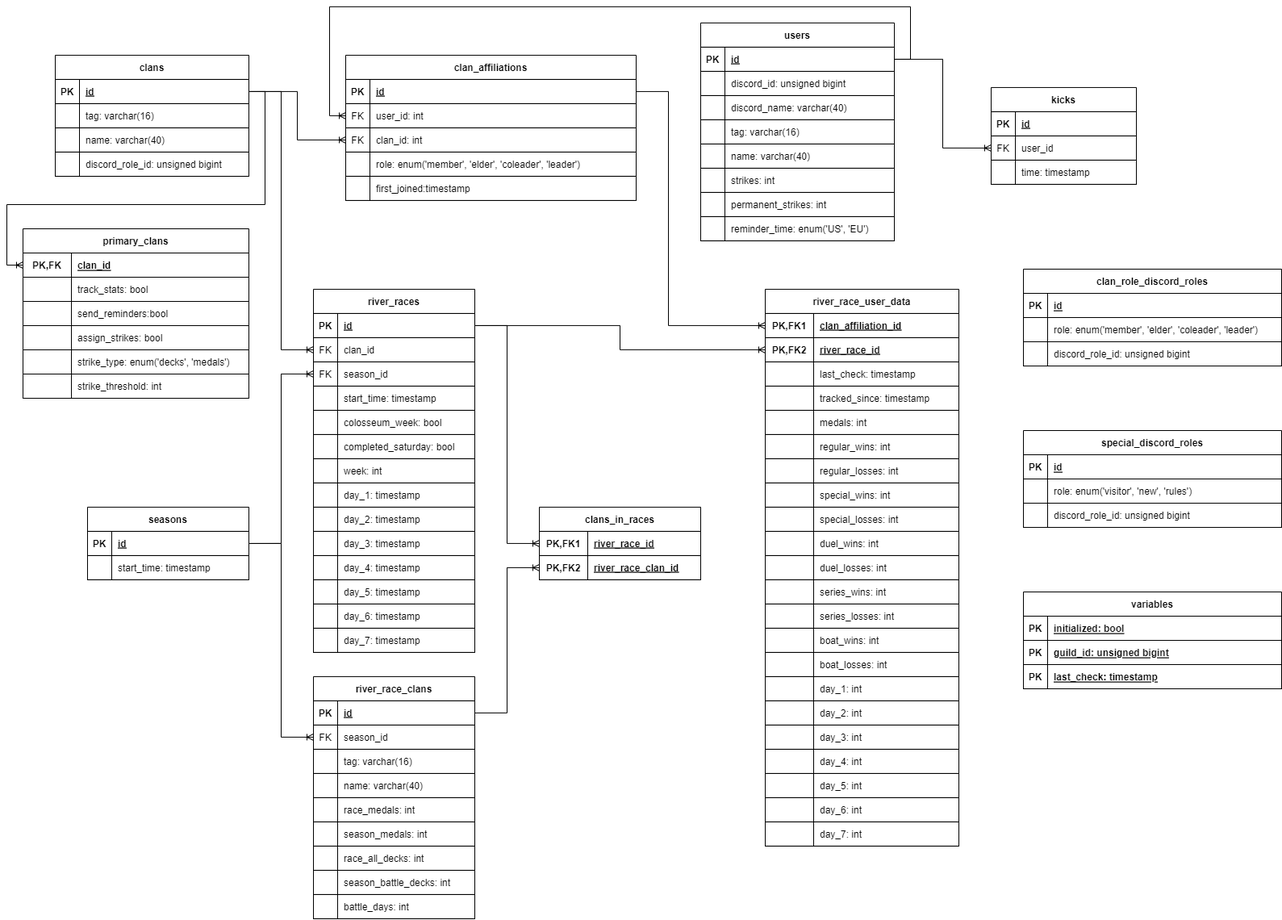
This is docs/DatabaseSchema.png from chradajan/ClashRoyaleManager, a draw.io export, as it was before one commit. Source tidied: cells renumbered, new cells last; positions are measured from the earlier drawing's top-left corner, leaving out a move shared by most shapes.
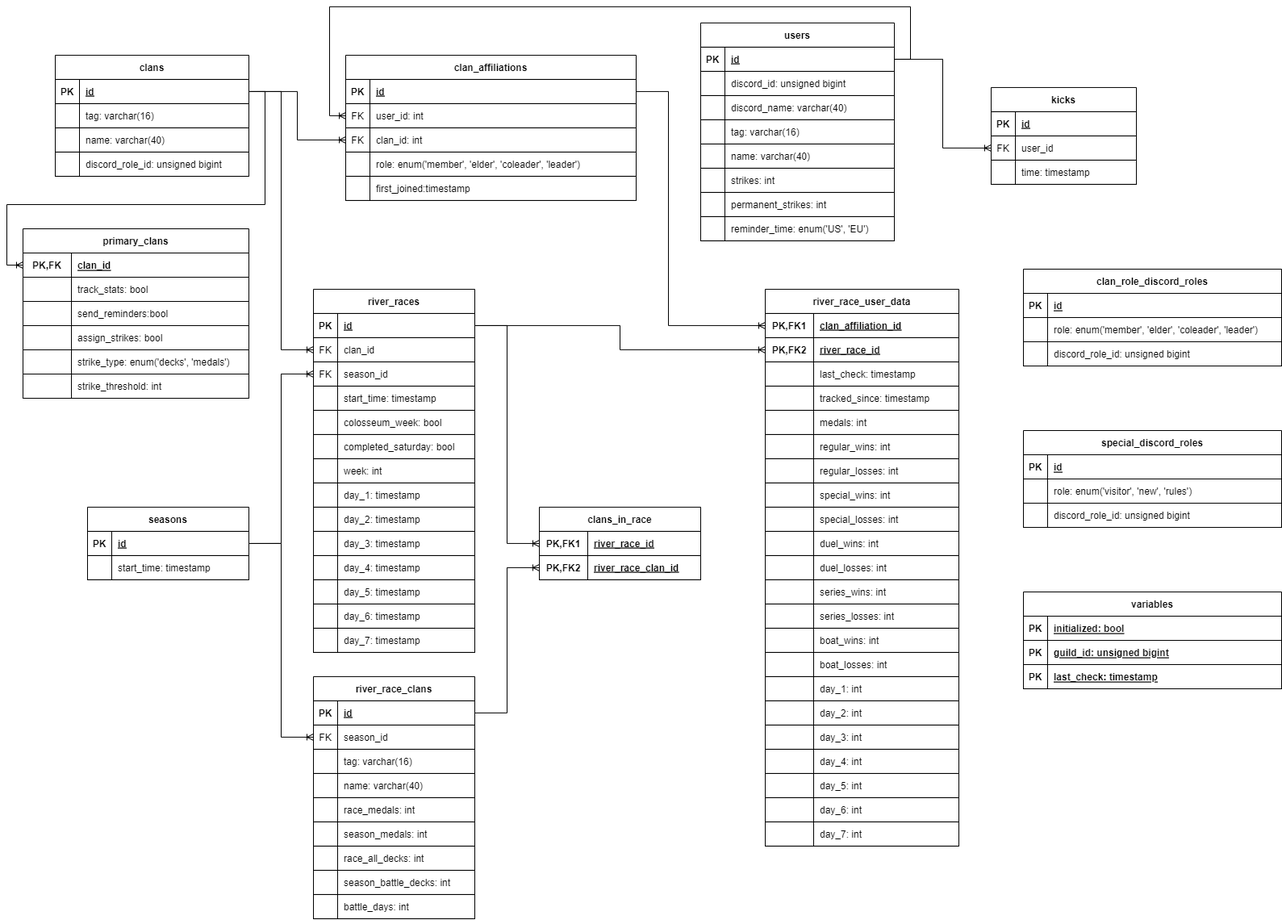
Above is the later version.

Diff of the diagram source:
```diff
@@ -350,7 +350,7 @@
     <mxCell id="117" value="day_7: timestamp" style="shape=partialRectangle;fillColor=none;top=0;left=0;bottom=0;right=0;align=left;spacingLeft=6;overflow=hidden;" parent="115" vertex="1">
       <mxGeometry x="30" width="170" height="30" as="geometry" />
     </mxCell>
-    <mxCell id="118" value="clans_in_races" style="shape=table;startSize=30;rowLines=0;fontStyle=1;align=center;" parent="1" vertex="1">
+    <mxCell id="118" value="clans_in_race" style="shape=table;startSize=30;rowLines=0;fontStyle=1;align=center;" parent="1" vertex="1">
       <mxGeometry x="660" y="619.9" width="200" height="90" as="geometry" />
     </mxCell>
     <mxCell id="119" style="shape=tableRow;horizontal=0;startSize=0;swimlaneHead=0;swimlaneBody=0;fillColor=none;points=[[0,0.5],[1,0.5]];portConstraint=eastwest;top=0;left=0;right=0;bottom=0;" parent="118" vertex="1">
```
